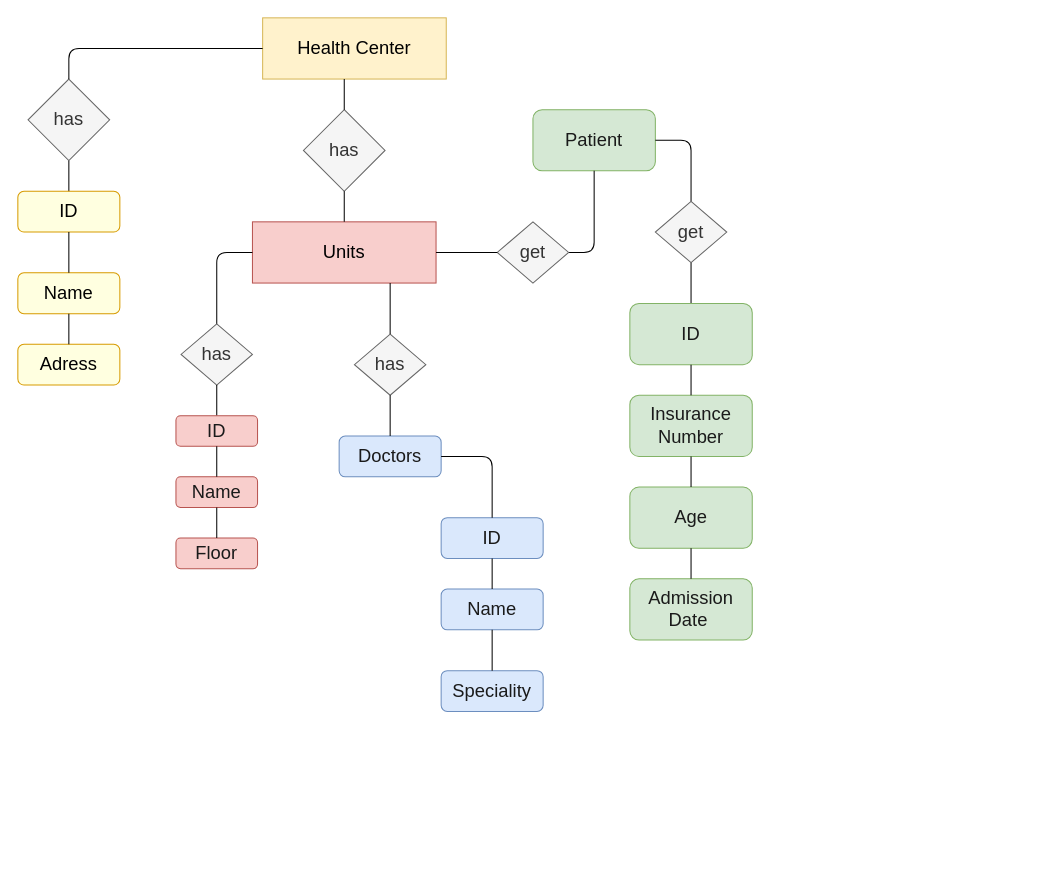
Queeen520/DATABASE_PLANNING keeps this draw.io diagram as page "Page-2" (2 of 4) of Health_Center.drawio. Above is the earlier version. Source tidied: cells renumbered, new cells numbered last; positions are measured from the earlier drawing's top-left corner, leaving out a move shared by most shapes. Both pictures are drawn from the tidied source at 102%, with x=0, y=0 at pixel (17, 17).
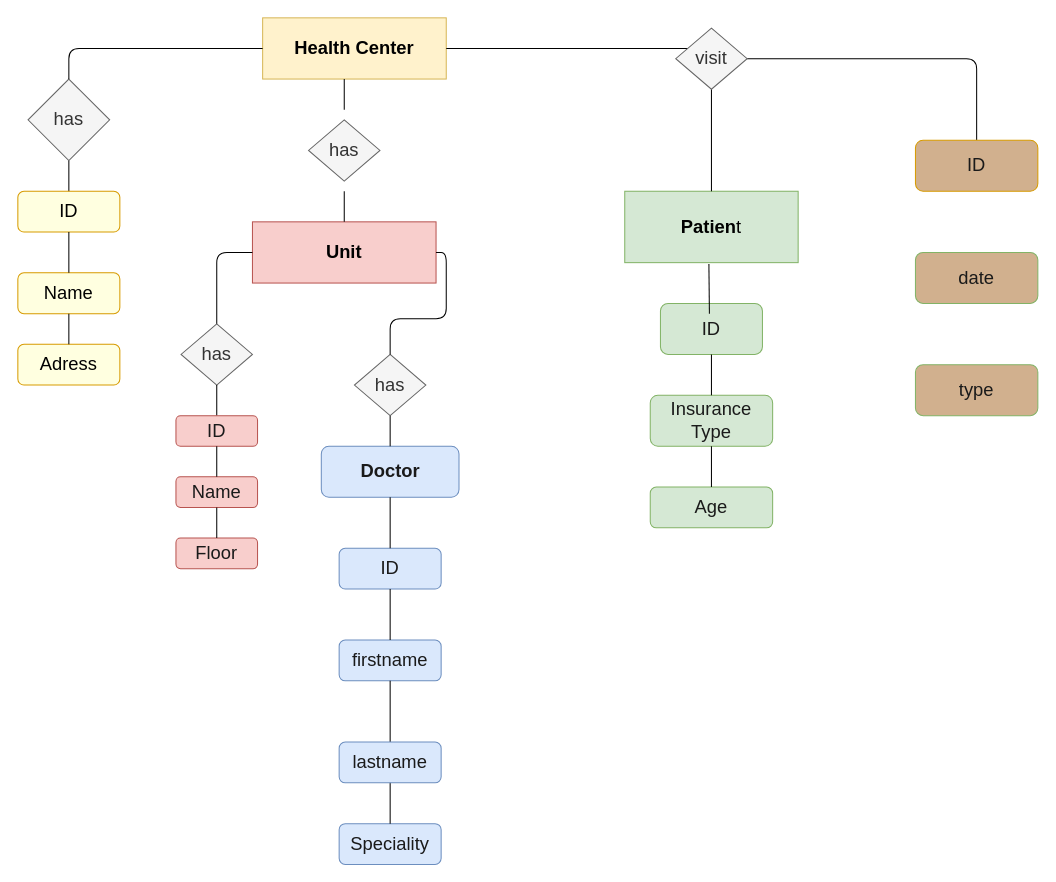
Above is the later version.

The edit, as a diff of the source:
```diff
@@
-    <mxCell id="2" value="&lt;font color=&quot;#000000&quot;&gt;Health Center&lt;/font&gt;" style="rounded=0;whiteSpace=wrap;html=1;fontSize=18;fillColor=#fff2cc;strokeColor=#d6b656;" parent="1" vertex="1">
+    <mxCell id="2" value="&lt;font color=&quot;#000000&quot;&gt;&lt;b&gt;Health Center&lt;/b&gt;&lt;/font&gt;" style="rounded=0;whiteSpace=wrap;html=1;fontSize=18;fillColor=#fff2cc;strokeColor=#d6b656;" parent="1" vertex="1">
       <mxGeometry x="240" width="180" height="60" as="geometry" />
     </mxCell>
-    <mxCell id="3" value="has" style="rhombus;whiteSpace=wrap;html=1;fontSize=18;fontColor=#333333;fillColor=#f5f5f5;strokeColor=#666666;" parent="1" vertex="1">
-      <mxGeometry x="280" y="90" width="80" height="80" as="geometry" />
-    </mxCell>
-    <mxCell id="4" value="&lt;font color=&quot;#000000&quot;&gt;Units&lt;/font&gt;" style="rounded=0;whiteSpace=wrap;html=1;fontSize=18;fillColor=#f8cecc;strokeColor=#b85450;" parent="1" vertex="1">
+    <mxCell id="4" value="&lt;font color=&quot;#000000&quot;&gt;&lt;b&gt;Unit&lt;/b&gt;&lt;/font&gt;" style="rounded=0;whiteSpace=wrap;html=1;fontSize=18;fillColor=#f8cecc;strokeColor=#b85450;" parent="1" vertex="1">
       <mxGeometry x="230" y="200" width="180" height="60" as="geometry" />
     </mxCell>
-    <mxCell id="5" style="endArrow=none;html=1;fontSize=18;fontColor=#000000;entryX=0.5;entryY=1;entryDx=0;entryDy=0;exitX=0.5;exitY=0;exitDx=0;exitDy=0;" parent="1" edge="1" source="4" target="3">
-      <mxGeometry relative="1" as="geometry" />
+    <mxCell id="5" style="endArrow=none;html=1;fontSize=18;fontColor=#000000;entryX=0.5;entryY=1;entryDx=0;entryDy=0;exitX=0.5;exitY=0;exitDx=0;exitDy=0;" parent="1" edge="1" source="4">
+      <mxGeometry relative="1" as="geometry">
+        <mxPoint x="320" y="170" as="targetPoint" />
+      </mxGeometry>
     </mxCell>
-    <mxCell id="6" style="endArrow=none;html=1;fontSize=18;fontColor=#000000;exitX=0.5;exitY=0;exitDx=0;exitDy=0;" parent="1" edge="1" source="3">
+    <mxCell id="6" style="endArrow=none;html=1;fontSize=18;fontColor=#000000;exitX=0.5;exitY=0;exitDx=0;exitDy=0;" parent="1" edge="1">
       <mxGeometry relative="1" as="geometry">
+        <mxPoint x="320" y="90" as="sourcePoint" />
         <mxPoint x="320" y="60" as="targetPoint" />
       </mxGeometry>
     </mxCell>
-    <mxCell id="7" value="&lt;font color=&quot;#1a1a1a&quot;&gt;Patient&lt;/font&gt;" style="rounded=1;whiteSpace=wrap;html=1;fontSize=18;fillColor=#d5e8d4;strokeColor=#82b366;" parent="1" vertex="1">
-      <mxGeometry x="505" y="90" width="120" height="60" as="geometry" />
-    </mxCell>
-    <mxCell id="8" value="&lt;font color=&quot;#1a1a1a&quot;&gt;Doctors&lt;/font&gt;" style="rounded=1;whiteSpace=wrap;html=1;fontSize=18;fillColor=#dae8fc;strokeColor=#6c8ebf;" parent="1" vertex="1">
-      <mxGeometry x="315" y="410" width="100" height="40" as="geometry" />
+    <mxCell id="8" value="&lt;font color=&quot;#1a1a1a&quot;&gt;&lt;b&gt;Doctor&lt;/b&gt;&lt;/font&gt;" style="rounded=1;whiteSpace=wrap;html=1;fontSize=18;fillColor=#dae8fc;strokeColor=#6c8ebf;" parent="1" vertex="1">
+      <mxGeometry x="297.5" y="420" width="135" height="50" as="geometry" />
     </mxCell>
     <mxCell id="9" value="has" style="rhombus;whiteSpace=wrap;html=1;fontSize=18;fontColor=#333333;fillColor=#f5f5f5;strokeColor=#666666;" parent="1" vertex="1">
-      <mxGeometry x="330" y="310" width="70" height="60" as="geometry" />
+      <mxGeometry x="330" y="330" width="70" height="60" as="geometry" />
     </mxCell>
@@
-    <mxCell id="19" value="&lt;font color=&quot;#1a1a1a&quot;&gt;Name&lt;/font&gt;" style="rounded=1;whiteSpace=wrap;html=1;fontSize=18;fillColor=#dae8fc;strokeColor=#6c8ebf;" parent="1" vertex="1">
-      <mxGeometry x="415" y="560" width="100" height="40" as="geometry" />
+    <mxCell id="19" value="&lt;font color=&quot;#1a1a1a&quot;&gt;firstname&lt;/font&gt;" style="rounded=1;whiteSpace=wrap;html=1;fontSize=18;fillColor=#dae8fc;strokeColor=#6c8ebf;" parent="1" vertex="1">
+      <mxGeometry x="315" y="610" width="100" height="40" as="geometry" />
     </mxCell>
     <mxCell id="20" value="&lt;font color=&quot;#1a1a1a&quot;&gt;ID&lt;/font&gt;" style="rounded=1;whiteSpace=wrap;html=1;fontSize=18;fillColor=#dae8fc;strokeColor=#6c8ebf;" parent="1" vertex="1">
-      <mxGeometry x="415" y="490" width="100" height="40" as="geometry" />
+      <mxGeometry x="315" y="520" width="100" height="40" as="geometry" />
     </mxCell>
     <mxCell id="21" value="&lt;font color=&quot;#1a1a1a&quot;&gt;Speciality&lt;/font&gt;" style="rounded=1;whiteSpace=wrap;html=1;fontSize=18;fillColor=#dae8fc;strokeColor=#6c8ebf;" parent="1" vertex="1">
-      <mxGeometry x="415" y="640" width="100" height="40" as="geometry" />
+      <mxGeometry x="315" y="790" width="100" height="40" as="geometry" />
     </mxCell>
-    <mxCell id="22" style="endArrow=none;html=1;fontSize=18;fontColor=#000000;entryX=1;entryY=0.5;entryDx=0;entryDy=0;exitX=0.5;exitY=0;exitDx=0;exitDy=0;edgeStyle=orthogonalEdgeStyle;" parent="1" edge="1" source="20" target="8">
-      <mxGeometry relative="1" as="geometry" />
+    <mxCell id="22" style="endArrow=none;html=1;fontSize=18;fontColor=#000000;entryX=0.5;entryY=1;entryDx=0;entryDy=0;" parent="1" edge="1" target="8">
+      <mxGeometry relative="1" as="geometry">
+        <mxPoint x="365" y="520" as="sourcePoint" />
+      </mxGeometry>
     </mxCell>
@@
-    <mxCell id="25" style="endArrow=none;html=1;fontSize=18;fontColor=#1A1A1A;exitX=0.5;exitY=0;exitDx=0;exitDy=0;entryX=0.75;entryY=1;entryDx=0;entryDy=0;" parent="1" edge="1" source="9" target="4">
+    <mxCell id="25" style="endArrow=none;html=1;fontSize=18;fontColor=#1A1A1A;entryX=1;entryY=0.5;entryDx=0;entryDy=0;exitX=0.5;exitY=0;exitDx=0;exitDy=0;edgeStyle=orthogonalEdgeStyle;" parent="1" edge="1" source="9" target="4">
       <mxGeometry relative="1" as="geometry" />
     </mxCell>
-    <mxCell id="26" style="endArrow=none;html=1;fontSize=18;fontColor=#000000;entryX=0.5;entryY=1;entryDx=0;entryDy=0;exitX=1;exitY=0.5;exitDx=0;exitDy=0;edgeStyle=orthogonalEdgeStyle;startArrow=none;" parent="1" edge="1" source="35" target="7">
-      <mxGeometry relative="1" as="geometry" />
-    </mxCell>
-    <mxCell id="27" style="endArrow=none;html=1;fontSize=18;fontColor=#000000;entryX=1;entryY=0.5;entryDx=0;entryDy=0;exitX=0.5;exitY=0;exitDx=0;exitDy=0;edgeStyle=orthogonalEdgeStyle;startArrow=none;" parent="1" edge="1" source="33" target="7">
-      <mxGeometry relative="1" as="geometry" />
-    </mxCell>
-    <mxCell id="28" value="&lt;font color=&quot;#1a1a1a&quot;&gt;Insurance Number&lt;/font&gt;" style="rounded=1;whiteSpace=wrap;html=1;fontSize=18;fillColor=#d5e8d4;strokeColor=#82b366;" parent="1" vertex="1">
-      <mxGeometry x="600" y="370" width="120" height="60" as="geometry" />
+    <mxCell id="28" value="&lt;font color=&quot;#1a1a1a&quot;&gt;Insurance Type&lt;/font&gt;" style="rounded=1;whiteSpace=wrap;html=1;fontSize=18;fillColor=#d5e8d4;strokeColor=#82b366;" parent="1" vertex="1">
+      <mxGeometry x="620" y="370" width="120" height="50" as="geometry" />
     </mxCell>
     <mxCell id="29" value="&lt;font color=&quot;#1a1a1a&quot;&gt;Age&lt;/font&gt;" style="rounded=1;whiteSpace=wrap;html=1;fontSize=18;fillColor=#d5e8d4;strokeColor=#82b366;" parent="1" vertex="1">
-      <mxGeometry x="600" y="460" width="120" height="60" as="geometry" />
+      <mxGeometry x="620" y="460" width="120" height="40" as="geometry" />
     </mxCell>
-    <mxCell id="30" value="&lt;font color=&quot;#1a1a1a&quot;&gt;Admission Date&amp;nbsp;&lt;/font&gt;" style="rounded=1;whiteSpace=wrap;html=1;fontSize=18;fillColor=#d5e8d4;strokeColor=#82b366;" parent="1" vertex="1">
-      <mxGeometry x="600" y="550" width="120" height="60" as="geometry" />
-    </mxCell>
@@
-    <mxCell id="32" style="endArrow=none;html=1;fontSize=18;fontColor=#000000;entryX=0.5;entryY=1;entryDx=0;entryDy=0;exitX=0.5;exitY=0;exitDx=0;exitDy=0;" parent="1" edge="1" source="30" target="29">
+    <mxCell id="32" style="endArrow=none;html=1;fontSize=18;fontColor=#000000;entryX=1;entryY=0.5;entryDx=0;entryDy=0;exitX=0.5;exitY=0;exitDx=0;exitDy=0;edgeStyle=orthogonalEdgeStyle;" parent="1" edge="1" source="52" target="50">
       <mxGeometry relative="1" as="geometry" />
     </mxCell>
-    <mxCell id="33" value="get" style="rhombus;whiteSpace=wrap;html=1;fontSize=18;fontColor=#333333;fillColor=#f5f5f5;strokeColor=#666666;" parent="1" vertex="1">
-      <mxGeometry x="625" y="180" width="70" height="60" as="geometry" />
-    </mxCell>
-    <mxCell id="34" style="endArrow=none;html=1;fontSize=18;fontColor=#000000;entryX=0.5;entryY=1;entryDx=0;entryDy=0;exitX=0.5;exitY=0;exitDx=0;exitDy=0;edgeStyle=orthogonalEdgeStyle;startArrow=none;" parent="1" edge="1" source="39" target="33">
-      <mxGeometry relative="1" as="geometry" />
-    </mxCell>
-    <mxCell id="35" value="get" style="rhombus;whiteSpace=wrap;html=1;fontSize=18;fontColor=#333333;fillColor=#f5f5f5;strokeColor=#666666;" parent="1" vertex="1">
-      <mxGeometry x="470" y="200" width="70" height="60" as="geometry" />
-    </mxCell>
@@
     <mxCell id="39" value="&lt;font color=&quot;#1a1a1a&quot;&gt;ID&lt;/font&gt;" style="rounded=1;whiteSpace=wrap;html=1;fontSize=18;fillColor=#d5e8d4;strokeColor=#82b366;" parent="1" vertex="1">
-      <mxGeometry x="600" y="280" width="120" height="60" as="geometry" />
+      <mxGeometry x="630" y="280" width="100" height="50" as="geometry" />
     </mxCell>
@@
-    <mxCell id="41" style="endArrow=none;html=1;fontSize=18;fontColor=#000000;entryX=0;entryY=0.5;entryDx=0;entryDy=0;exitX=1;exitY=0.5;exitDx=0;exitDy=0;" parent="1" edge="1" source="4" target="35">
-      <mxGeometry relative="1" as="geometry" />
-    </mxCell>
@@
+    <mxCell id="47" style="endArrow=none;html=1;fontSize=18;fontColor=#000000;entryX=0.646;entryY=1.024;entryDx=0;entryDy=0;entryPerimeter=0;" parent="1" edge="1">
+      <mxGeometry relative="1" as="geometry">
+        <mxPoint x="678" y="290" as="sourcePoint" />
+        <mxPoint x="677.5" y="241.4" as="targetPoint" />
+      </mxGeometry>
+    </mxCell>
+    <mxCell id="48" value="&lt;font style=&quot;font-size: 18px&quot; color=&quot;#000000&quot;&gt;&lt;b&gt;Patien&lt;/b&gt;t&lt;/font&gt;" style="rounded=0;whiteSpace=wrap;html=1;fillColor=#d5e8d4;strokeColor=#82b366;" parent="1" vertex="1">
+      <mxGeometry x="595" y="170" width="170" height="70" as="geometry" />
+    </mxCell>
+    <mxCell id="3" value="has" style="rhombus;whiteSpace=wrap;html=1;fontSize=18;fontColor=#333333;fillColor=#f5f5f5;strokeColor=#666666;" parent="1" vertex="1">
+      <mxGeometry x="285" y="100" width="70" height="60" as="geometry" />
+    </mxCell>
+    <mxCell id="49" style="endArrow=none;html=1;fontSize=18;fontColor=#000000;entryX=0.5;entryY=0;entryDx=0;entryDy=0;exitX=1;exitY=0.5;exitDx=0;exitDy=0;edgeStyle=orthogonalEdgeStyle;" parent="1" edge="1" source="2" target="48">
+      <mxGeometry relative="1" as="geometry" />
+    </mxCell>
+    <mxCell id="50" value="visit" style="rhombus;whiteSpace=wrap;html=1;fontSize=18;fontColor=#333333;fillColor=#f5f5f5;strokeColor=#666666;" parent="1" vertex="1">
+      <mxGeometry x="645" y="10" width="70" height="60" as="geometry" />
+    </mxCell>
+    <mxCell id="51" value="&lt;font color=&quot;#1a1a1a&quot;&gt;lastname&lt;/font&gt;" style="rounded=1;whiteSpace=wrap;html=1;fontSize=18;fillColor=#dae8fc;strokeColor=#6c8ebf;" parent="1" vertex="1">
+      <mxGeometry x="315" y="710" width="100" height="40" as="geometry" />
+    </mxCell>
+    <mxCell id="52" value="&lt;font color=&quot;#1a1a1a&quot;&gt;ID&lt;/font&gt;" style="rounded=1;whiteSpace=wrap;html=1;fontSize=18;fillColor=#D1B08E;strokeColor=#d79b00;" parent="1" vertex="1">
+      <mxGeometry x="880" y="120" width="120" height="50" as="geometry" />
+    </mxCell>
+    <mxCell id="53" value="&lt;font color=&quot;#1a1a1a&quot;&gt;date&lt;/font&gt;" style="rounded=1;whiteSpace=wrap;html=1;fontSize=18;fillColor=#D1B08E;strokeColor=#82b366;" parent="1" vertex="1">
+      <mxGeometry x="880" y="230" width="120" height="50" as="geometry" />
+    </mxCell>
+    <mxCell id="54" value="&lt;font color=&quot;#1a1a1a&quot;&gt;type&lt;/font&gt;" style="rounded=1;whiteSpace=wrap;html=1;fontSize=18;fillColor=#D1B08E;strokeColor=#82b366;" parent="1" vertex="1">
+      <mxGeometry x="880" y="340" width="120" height="50" as="geometry" />
+    </mxCell>
```
